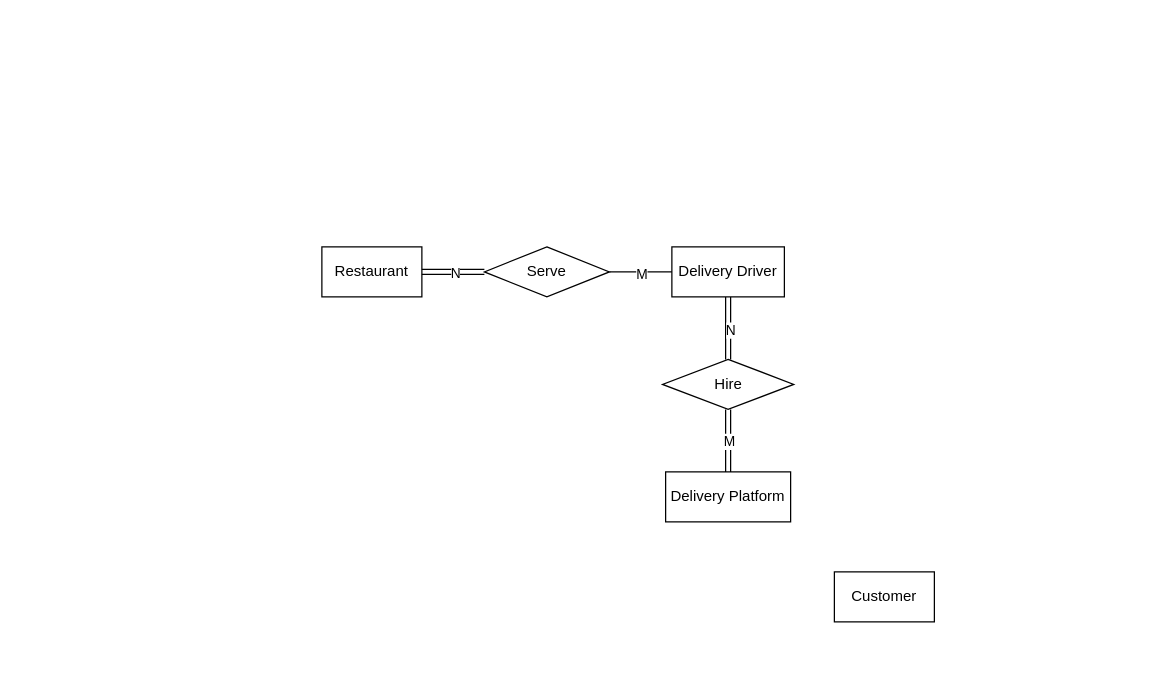
BlueRosy/BlueRosy keeps this draw.io diagram as Untitled Diagram.drawio. Above is the earlier version. Source tidied: cells renumbered, new cells numbered last; positions are measured from the earlier drawing's top-left corner, leaving out a move shared by most shapes. Both pictures are drawn from the tidied source at 125%, with x=0, y=0 at pixel (321, 246).
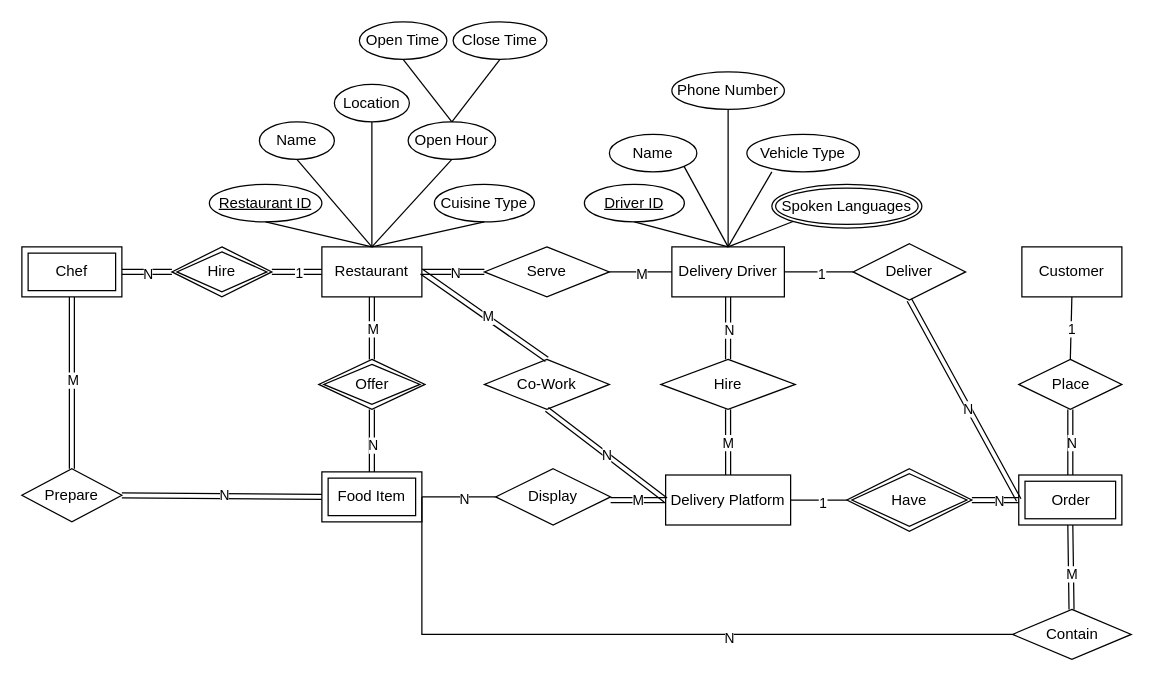
The same page after the edit.

The change refers to these unchanged cells:
```xml
<mxCell id="2" value="Delivery Driver" style="whiteSpace=wrap;html=1;align=center;" parent="1" vertex="1">
  <mxGeometry x="280" width="90" height="40" as="geometry" />
</mxCell>
<mxCell id="3" value="Restaurant" style="whiteSpace=wrap;html=1;align=center;" parent="1" vertex="1">
  <mxGeometry width="80" height="40" as="geometry" />
</mxCell>
```

The edit, as a diff of the source:
```diff
@@
     <mxCell id="4" value="Customer" style="whiteSpace=wrap;html=1;align=center;" parent="1" vertex="1">
-      <mxGeometry x="410" y="260" width="80" height="40" as="geometry" />
+      <mxGeometry x="560" width="80" height="40" as="geometry" />
     </mxCell>
@@
     <mxCell id="10" value="Delivery Platform" style="whiteSpace=wrap;html=1;align=center;" parent="1" vertex="1">
-      <mxGeometry x="275" y="180" width="100" height="40" as="geometry" />
+      <mxGeometry x="275" y="182.5" width="100" height="40" as="geometry" />
     </mxCell>
     <mxCell id="11" value="Hire" style="shape=rhombus;perimeter=rhombusPerimeter;whiteSpace=wrap;html=1;align=center;" parent="1" vertex="1">
-      <mxGeometry x="272.5" y="90" width="105" height="40" as="geometry" />
+      <mxGeometry x="271.2" y="90" width="107.5" height="40" as="geometry" />
     </mxCell>
@@
+    <mxCell id="16" value="Co-Work" style="shape=rhombus;perimeter=rhombusPerimeter;whiteSpace=wrap;html=1;align=center;" parent="1" vertex="1">
+      <mxGeometry x="130" y="90" width="100" height="40" as="geometry" />
+    </mxCell>
+    <mxCell id="17" style="shape=link;html=1;rounded=0;entryX=0;entryY=0.5;entryDx=0;entryDy=0;exitX=0.5;exitY=1;exitDx=0;exitDy=0;" parent="1" edge="1" source="16" target="10">
+      <mxGeometry relative="1" as="geometry" />
+    </mxCell>
+    <mxCell id="18" value="N" style="edgeLabel;html=1;align=center;verticalAlign=middle;" parent="17" vertex="1">
+      <mxGeometry x="0.01" relative="1" as="geometry" />
+    </mxCell>
+    <mxCell id="19" style="shape=link;html=1;rounded=0;entryX=1;entryY=0.5;entryDx=0;entryDy=0;exitX=0.5;exitY=0;exitDx=0;exitDy=0;" parent="1" edge="1" source="16" target="3">
+      <mxGeometry relative="1" as="geometry" />
+    </mxCell>
+    <mxCell id="20" value="M" style="edgeLabel;html=1;align=center;verticalAlign=middle;" parent="19" vertex="1">
+      <mxGeometry x="-0.04" y="-1" relative="1" as="geometry" />
+    </mxCell>
+    <mxCell id="21" value="Place" style="shape=rhombus;perimeter=rhombusPerimeter;whiteSpace=wrap;html=1;align=center;" parent="1" vertex="1">
+      <mxGeometry x="557.5" y="90" width="82.5" height="40" as="geometry" />
+    </mxCell>
+    <mxCell id="22" value="Order" style="shape=ext;margin=3;double=1;whiteSpace=wrap;html=1;align=center;" parent="1" vertex="1">
+      <mxGeometry x="557.5" y="182.5" width="82.5" height="40" as="geometry" />
+    </mxCell>
+    <mxCell id="23" value="Have" style="shape=rhombus;double=1;perimeter=rhombusPerimeter;whiteSpace=wrap;html=1;align=center;" parent="1" vertex="1">
+      <mxGeometry x="420" y="177.5" width="100" height="50" as="geometry" />
+    </mxCell>
+    <mxCell id="24" style="endArrow=none;html=1;rounded=0;entryX=0.5;entryY=1;entryDx=0;entryDy=0;exitX=0.5;exitY=0;exitDx=0;exitDy=0;" parent="1" edge="1" source="21" target="4">
+      <mxGeometry relative="1" as="geometry" />
+    </mxCell>
+    <mxCell id="25" value="1" style="edgeLabel;html=1;align=center;verticalAlign=middle;" parent="24" vertex="1">
+      <mxGeometry x="-0.17" y="-2" relative="1" as="geometry">
+        <mxPoint x="-2" y="-4" as="offset" />
+      </mxGeometry>
+    </mxCell>
+    <mxCell id="26" style="shape=link;html=1;rounded=0;entryX=0.5;entryY=0;entryDx=0;entryDy=0;exitX=0.5;exitY=1;exitDx=0;exitDy=0;" parent="1" edge="1" source="21" target="22">
+      <mxGeometry relative="1" as="geometry" />
+    </mxCell>
+    <mxCell id="27" value="N" style="edgeLabel;html=1;align=center;verticalAlign=middle;" parent="26" vertex="1">
+      <mxGeometry x="-0.01" y="1" relative="1" as="geometry" />
+    </mxCell>
+    <mxCell id="28" style="shape=link;html=1;rounded=0;entryX=0;entryY=0.5;entryDx=0;entryDy=0;exitX=1;exitY=0.5;exitDx=0;exitDy=0;" parent="1" edge="1" source="23" target="22">
+      <mxGeometry relative="1" as="geometry" />
+    </mxCell>
+    <mxCell id="29" value="N" style="edgeLabel;html=1;align=center;verticalAlign=middle;" parent="28" vertex="1">
+      <mxGeometry x="0.1" y="-1" relative="1" as="geometry" />
+    </mxCell>
+    <mxCell id="30" style="endArrow=none;html=1;rounded=0;entryX=1;entryY=0.5;entryDx=0;entryDy=0;exitX=0;exitY=0.5;exitDx=0;exitDy=0;" parent="1" edge="1" source="23" target="10">
+      <mxGeometry relative="1" as="geometry" />
+    </mxCell>
+    <mxCell id="31" value="1" style="edgeLabel;html=1;align=center;verticalAlign=middle;" parent="30" vertex="1">
+      <mxGeometry x="-0.1" y="2" relative="1" as="geometry" />
+    </mxCell>
+    <mxCell id="32" value="Food Item" style="shape=ext;margin=3;double=1;whiteSpace=wrap;html=1;align=center;" parent="1" vertex="1">
+      <mxGeometry y="180" width="80" height="40" as="geometry" />
+    </mxCell>
+    <mxCell id="33" value="Contain" style="shape=rhombus;perimeter=rhombusPerimeter;whiteSpace=wrap;html=1;align=center;" parent="1" vertex="1">
+      <mxGeometry x="552.5" y="290" width="95" height="40" as="geometry" />
+    </mxCell>
+    <mxCell id="34" style="endArrow=none;html=1;rounded=0;entryX=1;entryY=0.5;entryDx=0;entryDy=0;exitX=0;exitY=0.5;exitDx=0;exitDy=0;" parent="1" edge="1" source="33" target="32">
+      <mxGeometry relative="1" as="geometry">
+        <Array as="points">
+          <mxPoint x="80" y="310" />
+        </Array>
+      </mxGeometry>
+    </mxCell>
+    <mxCell id="35" value="N" style="edgeLabel;html=1;align=center;verticalAlign=middle;" parent="34" vertex="1">
+      <mxGeometry x="-0.22" y="2" relative="1" as="geometry" />
+    </mxCell>
+    <mxCell id="36" style="shape=link;html=1;rounded=0;entryX=0.5;entryY=1;entryDx=0;entryDy=0;" parent="1" edge="1" source="33" target="22">
+      <mxGeometry relative="1" as="geometry" />
+    </mxCell>
+    <mxCell id="37" value="M" style="edgeLabel;html=1;align=center;verticalAlign=middle;" parent="36" vertex="1">
+      <mxGeometry x="-0.02" y="-2" relative="1" as="geometry">
+        <mxPoint x="-2" y="4" as="offset" />
+      </mxGeometry>
+    </mxCell>
+    <mxCell id="38" value="Offer" style="shape=rhombus;double=1;perimeter=rhombusPerimeter;whiteSpace=wrap;html=1;align=center;" parent="1" vertex="1">
+      <mxGeometry x="-2.5" y="90" width="85" height="40" as="geometry" />
+    </mxCell>
+    <mxCell id="39" style="shape=link;html=1;rounded=0;entryX=0.5;entryY=1;entryDx=0;entryDy=0;" parent="1" edge="1" source="38" target="3">
+      <mxGeometry relative="1" as="geometry" />
+    </mxCell>
+    <mxCell id="40" value="M" style="edgeLabel;html=1;align=center;verticalAlign=middle;" parent="39" vertex="1">
+      <mxGeometry x="-0.01" y="-2" relative="1" as="geometry">
+        <mxPoint x="-2" as="offset" />
+      </mxGeometry>
+    </mxCell>
+    <mxCell id="41" style="shape=link;html=1;rounded=0;entryX=0.5;entryY=0;entryDx=0;entryDy=0;exitX=0.5;exitY=1;exitDx=0;exitDy=0;" parent="1" edge="1" source="38" target="32">
+      <mxGeometry relative="1" as="geometry" />
+    </mxCell>
+    <mxCell id="42" value="N" style="edgeLabel;html=1;align=center;verticalAlign=middle;" parent="41" vertex="1">
+      <mxGeometry x="0.12" y="1" relative="1" as="geometry">
+        <mxPoint x="-1" as="offset" />
+      </mxGeometry>
+    </mxCell>
+    <mxCell id="43" value="Display" style="shape=rhombus;perimeter=rhombusPerimeter;whiteSpace=wrap;html=1;align=center;" parent="1" vertex="1">
+      <mxGeometry x="139" y="177.5" width="92" height="45" as="geometry" />
+    </mxCell>
+    <mxCell id="44" style="shape=link;html=1;rounded=0;entryX=0;entryY=0.5;entryDx=0;entryDy=0;exitX=1;exitY=0.556;exitDx=0;exitDy=0;exitPerimeter=0;" parent="1" edge="1" source="43" target="10">
+      <mxGeometry relative="1" as="geometry" />
+    </mxCell>
+    <mxCell id="45" value="M" style="edgeLabel;html=1;align=center;verticalAlign=middle;" parent="44" vertex="1">
+      <mxGeometry x="-0.02" relative="1" as="geometry" />
+    </mxCell>
+    <mxCell id="46" style="endArrow=none;html=1;rounded=0;entryX=1;entryY=0.5;entryDx=0;entryDy=0;exitX=0;exitY=0.5;exitDx=0;exitDy=0;" parent="1" edge="1" source="43" target="32">
+      <mxGeometry relative="1" as="geometry" />
+    </mxCell>
+    <mxCell id="47" value="N" style="edgeLabel;html=1;align=center;verticalAlign=middle;" parent="46" vertex="1">
+      <mxGeometry x="-0.13" y="1" relative="1" as="geometry" />
+    </mxCell>
+    <mxCell id="48" value="Chef" style="shape=ext;margin=3;double=1;whiteSpace=wrap;html=1;align=center;" parent="1" vertex="1">
+      <mxGeometry x="-240" width="80" height="40" as="geometry" />
+    </mxCell>
+    <mxCell id="49" value="Hire" style="shape=rhombus;double=1;perimeter=rhombusPerimeter;whiteSpace=wrap;html=1;align=center;" parent="1" vertex="1">
+      <mxGeometry x="-120" width="80" height="40" as="geometry" />
+    </mxCell>
+    <mxCell id="50" style="shape=link;html=1;rounded=0;entryX=0;entryY=0.5;entryDx=0;entryDy=0;exitX=1;exitY=0.5;exitDx=0;exitDy=0;" parent="1" edge="1" source="49" target="3">
+      <mxGeometry relative="1" as="geometry" />
+    </mxCell>
+    <mxCell id="51" value="1" style="edgeLabel;html=1;align=center;verticalAlign=middle;" parent="50" vertex="1">
+      <mxGeometry x="0.05" relative="1" as="geometry" />
+    </mxCell>
+    <mxCell id="52" style="shape=link;html=1;rounded=0;entryX=1;entryY=0.5;entryDx=0;entryDy=0;" parent="1" edge="1" source="49" target="48">
+      <mxGeometry relative="1" as="geometry" />
+    </mxCell>
+    <mxCell id="53" value="N" style="edgeLabel;html=1;align=center;verticalAlign=middle;" parent="52" vertex="1">
+      <mxGeometry x="-0.01" y="1" relative="1" as="geometry" />
+    </mxCell>
+    <mxCell id="54" value="Prepare" style="shape=rhombus;perimeter=rhombusPerimeter;whiteSpace=wrap;html=1;align=center;" parent="1" vertex="1">
+      <mxGeometry x="-240" y="177.5" width="80" height="42.5" as="geometry" />
+    </mxCell>
+    <mxCell id="55" style="shape=link;html=1;rounded=0;entryX=0;entryY=0.5;entryDx=0;entryDy=0;exitX=1;exitY=0.5;exitDx=0;exitDy=0;" parent="1" edge="1" source="54" target="32">
+      <mxGeometry relative="1" as="geometry" />
+    </mxCell>
+    <mxCell id="56" value="N" style="edgeLabel;html=1;align=center;verticalAlign=middle;" parent="55" vertex="1">
+      <mxGeometry x="0.01" y="1" relative="1" as="geometry" />
+    </mxCell>
+    <mxCell id="57" style="shape=link;html=1;rounded=0;entryX=0.5;entryY=1;entryDx=0;entryDy=0;" parent="1" edge="1" source="54" target="48">
+      <mxGeometry relative="1" as="geometry" />
+    </mxCell>
+    <mxCell id="58" value="M" style="edgeLabel;html=1;align=center;verticalAlign=middle;" parent="57" vertex="1">
+      <mxGeometry x="0.03" relative="1" as="geometry" />
+    </mxCell>
+    <mxCell id="59" value="Deliver" style="shape=rhombus;perimeter=rhombusPerimeter;whiteSpace=wrap;html=1;align=center;" parent="1" vertex="1">
+      <mxGeometry x="425" y="-2.5" width="90" height="45" as="geometry" />
+    </mxCell>
+    <mxCell id="60" style="shape=link;html=1;rounded=0;entryX=0;entryY=0.5;entryDx=0;entryDy=0;exitX=0.5;exitY=1;exitDx=0;exitDy=0;" parent="1" edge="1" source="59" target="22">
+      <mxGeometry relative="1" as="geometry" />
+    </mxCell>
+    <mxCell id="61" value="N" style="edgeLabel;html=1;align=center;verticalAlign=middle;" parent="60" vertex="1">
+      <mxGeometry x="0.09" y="-1" relative="1" as="geometry" />
+    </mxCell>
+    <mxCell id="62" style="endArrow=none;html=1;rounded=0;entryX=1;entryY=0.5;entryDx=0;entryDy=0;exitX=0;exitY=0.5;exitDx=0;exitDy=0;" parent="1" edge="1" source="59" target="2">
+      <mxGeometry relative="1" as="geometry" />
+    </mxCell>
+    <mxCell id="63" value="1" style="edgeLabel;html=1;align=center;verticalAlign=middle;" parent="62" vertex="1">
+      <mxGeometry x="-0.06" y="1" relative="1" as="geometry" />
+    </mxCell>
+    <mxCell id="64" value="Restaurant ID" style="ellipse;whiteSpace=wrap;html=1;align=center;fontStyle=4;" parent="1" vertex="1">
+      <mxGeometry x="-90" y="-50" width="90" height="30" as="geometry" />
+    </mxCell>
+    <mxCell id="65" style="endArrow=none;html=1;rounded=0;entryX=0.5;entryY=1;entryDx=0;entryDy=0;exitX=0.5;exitY=0;exitDx=0;exitDy=0;" parent="1" edge="1" source="3" target="64">
+      <mxGeometry relative="1" as="geometry" />
+    </mxCell>
+    <mxCell id="66" value="Name" style="ellipse;whiteSpace=wrap;html=1;align=center;" parent="1" vertex="1">
+      <mxGeometry x="-50" y="-100" width="60" height="30" as="geometry" />
+    </mxCell>
+    <mxCell id="67" style="endArrow=none;html=1;rounded=0;entryX=0.5;entryY=1;entryDx=0;entryDy=0;exitX=0.5;exitY=0;exitDx=0;exitDy=0;" parent="1" edge="1" source="3" target="66">
+      <mxGeometry relative="1" as="geometry" />
+    </mxCell>
+    <mxCell id="68" value="Location" style="ellipse;whiteSpace=wrap;html=1;align=center;" parent="1" vertex="1">
+      <mxGeometry x="10" y="-130" width="60" height="30" as="geometry" />
+    </mxCell>
+    <mxCell id="69" style="endArrow=none;html=1;rounded=0;entryX=0.5;entryY=1;entryDx=0;entryDy=0;exitX=0.5;exitY=0;exitDx=0;exitDy=0;" parent="1" edge="1" source="3" target="68">
+      <mxGeometry relative="1" as="geometry" />
+    </mxCell>
+    <mxCell id="70" value="Open Hour" style="ellipse;whiteSpace=wrap;html=1;align=center;" parent="1" vertex="1">
+      <mxGeometry x="69" y="-100" width="70" height="30" as="geometry" />
+    </mxCell>
+    <mxCell id="71" style="endArrow=none;html=1;rounded=0;entryX=0.5;entryY=1;entryDx=0;entryDy=0;exitX=0.5;exitY=0;exitDx=0;exitDy=0;" parent="1" edge="1" source="3" target="70">
+      <mxGeometry relative="1" as="geometry" />
+    </mxCell>
+    <mxCell id="72" value="Open Time" style="ellipse;whiteSpace=wrap;html=1;align=center;" parent="1" vertex="1">
+      <mxGeometry x="30" y="-180" width="70" height="30" as="geometry" />
+    </mxCell>
+    <mxCell id="73" value="Close Time" style="ellipse;whiteSpace=wrap;html=1;align=center;" parent="1" vertex="1">
+      <mxGeometry x="105" y="-180" width="75" height="30" as="geometry" />
+    </mxCell>
+    <mxCell id="74" style="endArrow=none;html=1;rounded=0;entryX=0.5;entryY=1;entryDx=0;entryDy=0;exitX=0.5;exitY=0;exitDx=0;exitDy=0;" parent="1" edge="1" source="70" target="72">
+      <mxGeometry relative="1" as="geometry" />
+    </mxCell>
+    <mxCell id="75" style="endArrow=none;html=1;rounded=0;entryX=0.5;entryY=1;entryDx=0;entryDy=0;exitX=0.5;exitY=0;exitDx=0;exitDy=0;" parent="1" edge="1" source="70" target="73">
+      <mxGeometry relative="1" as="geometry" />
+    </mxCell>
+    <mxCell id="76" value="Cuisine Type" style="ellipse;whiteSpace=wrap;html=1;align=center;" parent="1" vertex="1">
+      <mxGeometry x="90" y="-50" width="80" height="30" as="geometry" />
+    </mxCell>
+    <mxCell id="77" style="endArrow=none;html=1;rounded=0;entryX=0.5;entryY=1;entryDx=0;entryDy=0;exitX=0.5;exitY=0;exitDx=0;exitDy=0;" parent="1" edge="1" source="3" target="76">
+      <mxGeometry relative="1" as="geometry" />
+    </mxCell>
+    <mxCell id="78" value="Driver ID" style="ellipse;whiteSpace=wrap;html=1;align=center;fontStyle=4;" parent="1" vertex="1">
+      <mxGeometry x="210" y="-50" width="80" height="30" as="geometry" />
+    </mxCell>
+    <mxCell id="79" style="endArrow=none;html=1;rounded=0;entryX=0.5;entryY=1;entryDx=0;entryDy=0;exitX=0.5;exitY=0;exitDx=0;exitDy=0;" parent="1" edge="1" source="2" target="78">
+      <mxGeometry relative="1" as="geometry" />
+    </mxCell>
+    <mxCell id="80" value="Name" style="ellipse;whiteSpace=wrap;html=1;align=center;" parent="1" vertex="1">
+      <mxGeometry x="230" y="-90" width="70" height="30" as="geometry" />
+    </mxCell>
+    <mxCell id="81" value="Phone Number" style="ellipse;whiteSpace=wrap;html=1;align=center;" parent="1" vertex="1">
+      <mxGeometry x="280" y="-140" width="90" height="30" as="geometry" />
+    </mxCell>
+    <mxCell id="82" value="Vehicle Type" style="ellipse;whiteSpace=wrap;html=1;align=center;" parent="1" vertex="1">
+      <mxGeometry x="340" y="-90" width="90" height="30" as="geometry" />
+    </mxCell>
+    <mxCell id="83" value="Spoken Languages" style="ellipse;shape=doubleEllipse;margin=3;whiteSpace=wrap;html=1;align=center;" parent="1" vertex="1">
+      <mxGeometry x="360" y="-50" width="120" height="35" as="geometry" />
+    </mxCell>
+    <mxCell id="84" style="endArrow=none;html=1;rounded=0;entryX=1;entryY=1;entryDx=0;entryDy=0;" parent="1" edge="1" target="80">
+      <mxGeometry relative="1" as="geometry">
+        <mxPoint x="325" as="sourcePoint" />
+      </mxGeometry>
+    </mxCell>
+    <mxCell id="85" style="endArrow=none;html=1;rounded=0;entryX=0.5;entryY=1;entryDx=0;entryDy=0;exitX=0.5;exitY=0;exitDx=0;exitDy=0;" parent="1" edge="1" source="2" target="81">
+      <mxGeometry relative="1" as="geometry" />
+    </mxCell>
+    <mxCell id="86" style="endArrow=none;html=1;rounded=0;entryX=0.222;entryY=1;entryDx=0;entryDy=0;entryPerimeter=0;exitX=0.5;exitY=0;exitDx=0;exitDy=0;" parent="1" edge="1" source="2" target="82">
+      <mxGeometry relative="1" as="geometry" />
+    </mxCell>
+    <mxCell id="87" style="endArrow=none;html=1;rounded=0;entryX=0;entryY=1;entryDx=0;entryDy=0;exitX=0.5;exitY=0;exitDx=0;exitDy=0;" parent="1" edge="1" source="2" target="83">
+      <mxGeometry relative="1" as="geometry" />
+    </mxCell>
```
